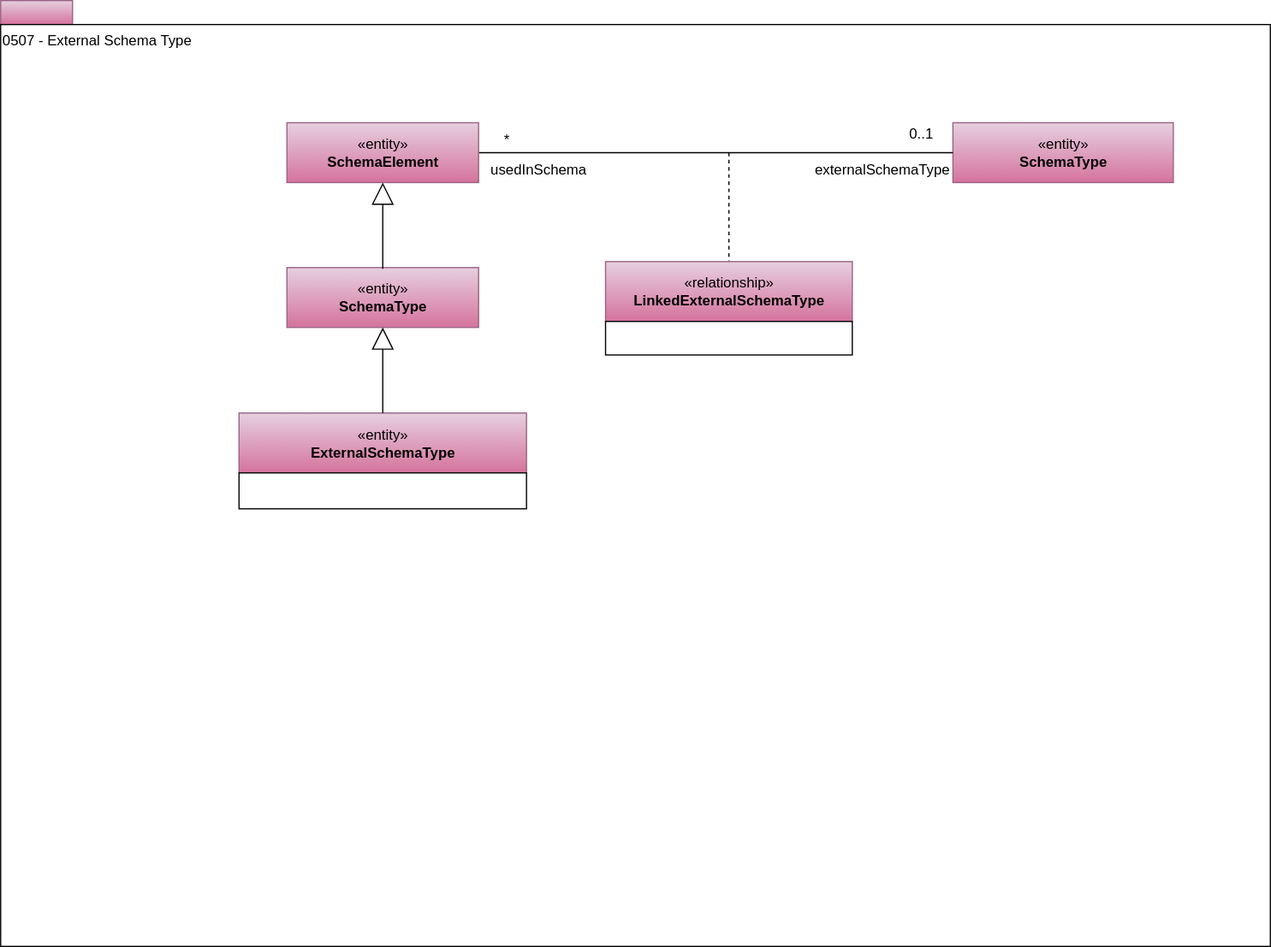
This is site/docs/types/5/0507-External-Schema-Type.svg from odpi/egeria-docs, a draw.io export, as it was before one commit. Source tidied: cells renumbered, new cells last; positions are measured from the earlier drawing's top-left corner, leaving out a move shared by most shapes. The source it was exported from:
```xml
<mxGraphModel>
  <root>
    <mxCell id="0" />
    <mxCell id="1" parent="0" />
    <mxCell id="2" style="rounded=0;whiteSpace=wrap;html=1;align=left;fillColor=#e6d0de;strokeColor=#996185;gradientColor=#d5739d;" parent="1" vertex="1">
      <mxGeometry width="60" height="20" as="geometry" />
    </mxCell>
    <mxCell id="3" value="0507 - External Schema Type" style="rounded=0;whiteSpace=wrap;html=1;align=left;verticalAlign=top;" parent="1" vertex="1">
      <mxGeometry y="20" width="1060" height="770" as="geometry" />
    </mxCell>
    <mxCell id="4" value="«entity»&lt;br&gt;&lt;b&gt;SchemaType&lt;/b&gt;" style="html=1;strokeColor=#996185;align=center;fillColor=#e6d0de;gradientColor=#d5739d;" parent="1" vertex="1">
      <mxGeometry x="239" y="223" width="160" height="50" as="geometry" />
    </mxCell>
    <mxCell id="5" value="«entity»&lt;br&gt;&lt;b&gt;SchemaType&lt;/b&gt;" style="html=1;strokeColor=#996185;align=center;fillColor=#e6d0de;gradientColor=#d5739d;" parent="1" vertex="1">
      <mxGeometry x="795" y="102" width="184" height="50" as="geometry" />
    </mxCell>
    <mxCell id="6" style="endArrow=none;html=1;entryX=1;entryY=0.5;exitX=0;exitY=0.5;exitDx=0;exitDy=0;entryDx=0;entryDy=0;" parent="1" edge="1" source="5" target="19">
      <mxGeometry relative="1" as="geometry" />
    </mxCell>
    <mxCell id="7" style="endArrow=none;dashed=1;html=1;entryX=0.5;entryY=0;entryDx=0;entryDy=0;" parent="1" edge="1" target="16">
      <mxGeometry relative="1" as="geometry">
        <mxPoint x="608" y="127" as="sourcePoint" />
      </mxGeometry>
    </mxCell>
    <mxCell id="8" value="*" style="text;html=1;strokeColor=none;fillColor=none;align=center;verticalAlign=middle;whiteSpace=wrap;rounded=0;" parent="1" vertex="1">
      <mxGeometry x="403" y="107" width="40" height="20" as="geometry" />
    </mxCell>
    <mxCell id="9" value="0..1" style="text;html=1;strokeColor=none;fillColor=none;align=center;verticalAlign=middle;whiteSpace=wrap;rounded=0;" parent="1" vertex="1">
      <mxGeometry x="749" y="102" width="40" height="20" as="geometry" />
    </mxCell>
    <mxCell id="10" value="externalSchemaType" style="text;html=1;strokeColor=none;fillColor=none;align=center;verticalAlign=middle;whiteSpace=wrap;rounded=0;" parent="1" vertex="1">
      <mxGeometry x="678" y="132" width="117" height="20" as="geometry" />
    </mxCell>
    <mxCell id="11" value="usedInSchema" style="text;html=1;strokeColor=none;fillColor=none;align=center;verticalAlign=middle;whiteSpace=wrap;rounded=0;" parent="1" vertex="1">
      <mxGeometry x="399" y="132" width="101" height="20" as="geometry" />
    </mxCell>
    <mxCell id="12" style="group;" parent="1" vertex="1">
      <mxGeometry x="199" y="344.5" width="240" height="100" as="geometry" />
    </mxCell>
    <mxCell id="13" value="«entity»&lt;br&gt;&lt;b&gt;ExternalSchemaType&lt;/b&gt;" style="html=1;strokeColor=#996185;align=center;fillColor=#e6d0de;gradientColor=#d5739d;" parent="12" vertex="1">
      <mxGeometry width="240" height="50" as="geometry" />
    </mxCell>
    <mxCell id="14" style="rounded=0;whiteSpace=wrap;html=1;strokeColor=#000000;gradientColor=#ffffff;align=left;" parent="12" vertex="1">
      <mxGeometry y="50" width="240" height="30" as="geometry" />
    </mxCell>
    <mxCell id="15" style="group;" parent="1" vertex="1">
      <mxGeometry x="505" y="218" width="206" height="99" as="geometry" />
    </mxCell>
    <mxCell id="16" value="«relationship»&lt;br&gt;&lt;b&gt;LinkedExternalSchemaType&lt;/b&gt;" style="html=1;strokeColor=#996185;align=center;fillColor=#e6d0de;gradientColor=#d5739d;" parent="15" vertex="1">
      <mxGeometry width="206" height="50" as="geometry" />
    </mxCell>
    <mxCell id="17" value="&lt;span style=&quot;white-space: normal&quot;&gt;&lt;br&gt;&lt;/span&gt;" style="rounded=0;whiteSpace=wrap;html=1;strokeColor=#000000;gradientColor=#ffffff;align=left;" parent="15" vertex="1">
      <mxGeometry y="50" width="206" height="28" as="geometry" />
    </mxCell>
    <mxCell id="18" style="edgeStyle=orthogonalEdgeStyle;rounded=0;jettySize=auto;html=1;exitX=0.5;exitY=0;exitDx=0;exitDy=0;entryX=0.5;entryY=1;entryDx=0;entryDy=0;startSize=6;endArrow=block;endFill=0;endSize=16;" parent="1" edge="1" source="13" target="4">
      <mxGeometry relative="1" as="geometry" />
    </mxCell>
    <mxCell id="19" value="«entity»&lt;br&gt;&lt;b&gt;SchemaElement&lt;/b&gt;" style="html=1;strokeColor=#996185;align=center;fillColor=#e6d0de;gradientColor=#d5739d;" parent="1" vertex="1">
      <mxGeometry x="239" y="102" width="160" height="50" as="geometry" />
    </mxCell>
    <mxCell id="20" style="edgeStyle=orthogonalEdgeStyle;rounded=0;jettySize=auto;html=1;exitX=0.5;exitY=0;exitDx=0;exitDy=0;entryX=0.5;entryY=1;entryDx=0;entryDy=0;startSize=6;endArrow=block;endFill=0;endSize=16;" parent="1" edge="1" target="19">
      <mxGeometry relative="1" as="geometry">
        <mxPoint x="319" y="224" as="sourcePoint" />
      </mxGeometry>
    </mxCell>
  </root>
</mxGraphModel>
```
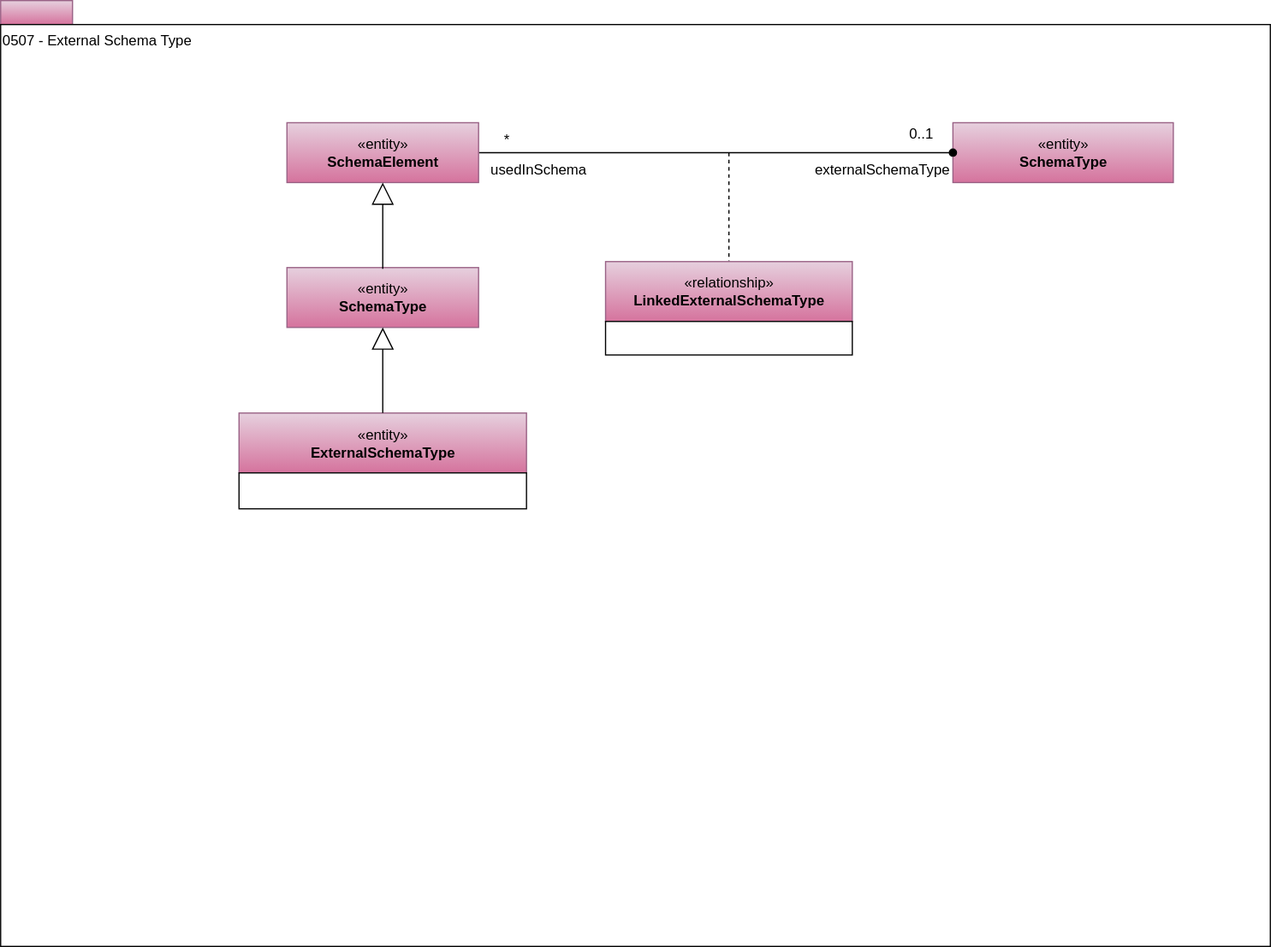
Above is the later version.

Diff of the diagram source:
```diff
@@ -14,7 +14,7 @@
     <mxCell id="5" value="«entity»&lt;br&gt;&lt;b&gt;SchemaType&lt;/b&gt;" style="html=1;strokeColor=#996185;align=center;fillColor=#e6d0de;gradientColor=#d5739d;" parent="1" vertex="1">
       <mxGeometry x="795" y="102" width="184" height="50" as="geometry" />
     </mxCell>
-    <mxCell id="6" style="endArrow=none;html=1;entryX=1;entryY=0.5;exitX=0;exitY=0.5;exitDx=0;exitDy=0;entryDx=0;entryDy=0;" parent="1" edge="1" source="5" target="19">
+    <mxCell id="6" style="endArrow=none;html=1;entryX=1;entryY=0.5;exitX=0;exitY=0.5;exitDx=0;exitDy=0;entryDx=0;entryDy=0;startArrow=oval;startFill=1;" parent="1" edge="1" source="5" target="19">
       <mxGeometry relative="1" as="geometry" />
     </mxCell>
     <mxCell id="7" style="endArrow=none;dashed=1;html=1;entryX=0.5;entryY=0;entryDx=0;entryDy=0;" parent="1" edge="1" target="16">
```
